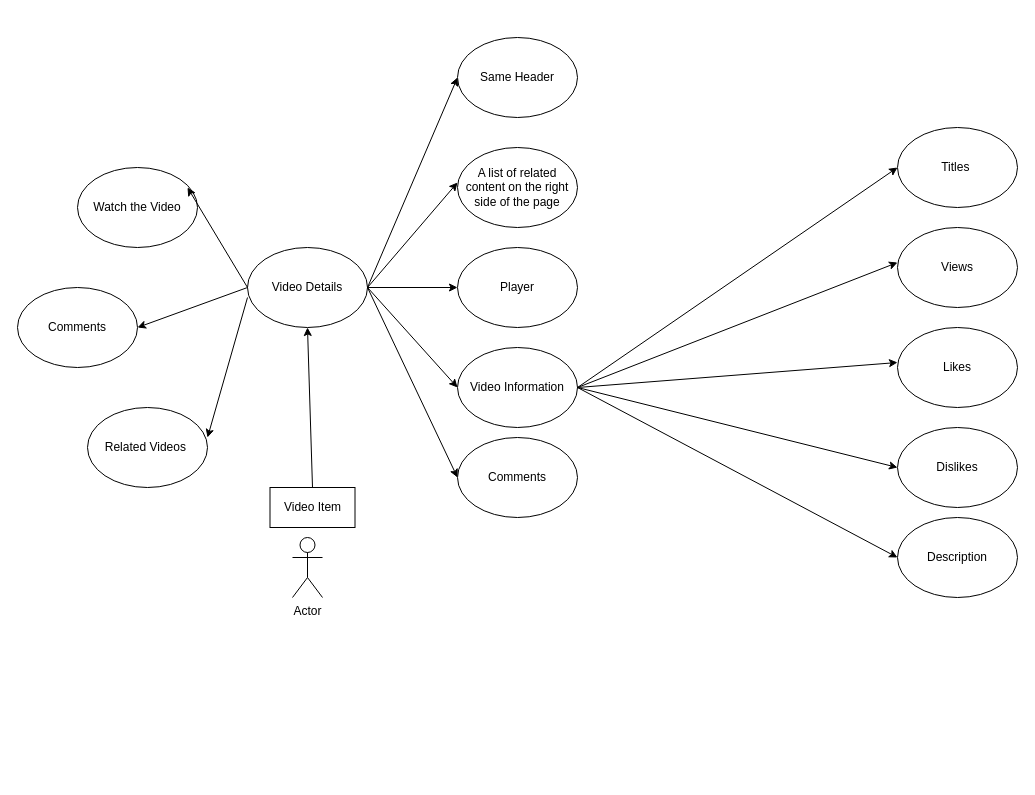
Above: Documentacion/Untitled Diagram.drawio in CarlosOmarVela/Equipo3BootcampSel (draw.io), before the change. Source tidied: cells renumbered, new cells numbered last; positions are measured from the earlier drawing's top-left corner, leaving out a move shared by most shapes. Both pictures are drawn from the tidied source at 100%, with x=0, y=0 at pixel (17, 37).
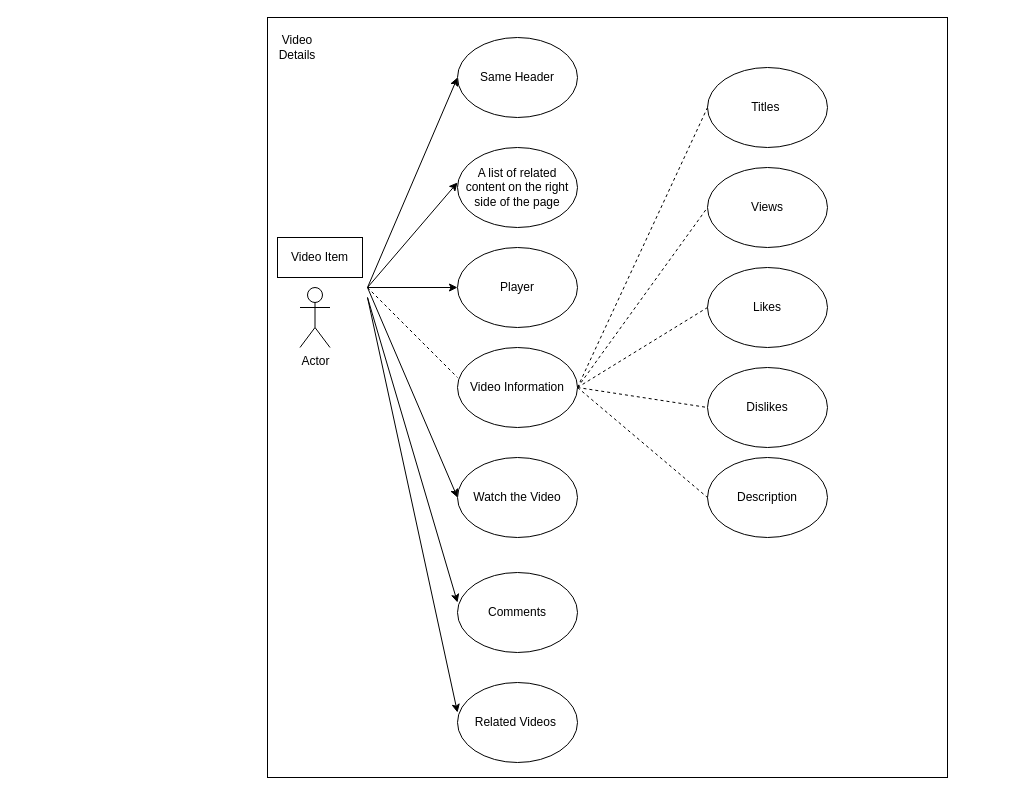
The same page after the edit.

Commit message:
Video Details

Unchanged cells that the change refers to:
```xml
<mxCell id="3" value="Video Information" style="ellipse;whiteSpace=wrap;html=1;" parent="1" vertex="1">
  <mxGeometry x="440" y="310" width="120" height="80" as="geometry" />
</mxCell>
```

Diff of the diagram source:
```diff
@@
-    <mxCell id="2" value="Comments" style="ellipse;whiteSpace=wrap;html=1;" parent="1" vertex="1">
-      <mxGeometry x="440" y="400" width="120" height="80" as="geometry" />
-    </mxCell>
+    <mxCell id="32" style="rounded=0;whiteSpace=wrap;html=1;" parent="1" vertex="1">
+      <mxGeometry x="250" y="-20" width="680" height="760" as="geometry" />
+    </mxCell>
@@
     <mxCell id="7" value="Titles&amp;nbsp;" style="ellipse;whiteSpace=wrap;html=1;" parent="1" vertex="1">
-      <mxGeometry x="880" y="90" width="120" height="80" as="geometry" />
+      <mxGeometry x="690" y="30" width="120" height="80" as="geometry" />
     </mxCell>
     <mxCell id="8" value="Views" style="ellipse;whiteSpace=wrap;html=1;" parent="1" vertex="1">
-      <mxGeometry x="880" y="190" width="120" height="80" as="geometry" />
+      <mxGeometry x="690" y="130" width="120" height="80" as="geometry" />
     </mxCell>
     <mxCell id="9" value="Description" style="ellipse;whiteSpace=wrap;html=1;" parent="1" vertex="1">
-      <mxGeometry x="880" y="480" width="120" height="80" as="geometry" />
+      <mxGeometry x="690" y="420" width="120" height="80" as="geometry" />
     </mxCell>
     <mxCell id="10" value="Dislikes" style="ellipse;whiteSpace=wrap;html=1;" parent="1" vertex="1">
-      <mxGeometry x="880" y="390" width="120" height="80" as="geometry" />
+      <mxGeometry x="690" y="330" width="120" height="80" as="geometry" />
     </mxCell>
     <mxCell id="11" value="Likes" style="ellipse;whiteSpace=wrap;html=1;" parent="1" vertex="1">
-      <mxGeometry x="880" y="290" width="120" height="80" as="geometry" />
+      <mxGeometry x="690" y="230" width="120" height="80" as="geometry" />
     </mxCell>
-    <mxCell id="12" style="endArrow=classic;html=1;exitX=1;exitY=0.5;exitDx=0;exitDy=0;" parent="1" edge="1" source="3">
-      <mxGeometry relative="1" as="geometry">
-        <mxPoint x="880" y="130" as="targetPoint" />
-      </mxGeometry>
-    </mxCell>
-    <mxCell id="13" style="endArrow=classic;html=1;" parent="1" edge="1">
-      <mxGeometry relative="1" as="geometry">
-        <mxPoint x="560" y="350" as="sourcePoint" />
-        <mxPoint x="880" y="225" as="targetPoint" />
-      </mxGeometry>
-    </mxCell>
-    <mxCell id="14" style="endArrow=classic;html=1;exitX=1;exitY=0.5;exitDx=0;exitDy=0;" parent="1" edge="1" source="3">
-      <mxGeometry relative="1" as="geometry">
-        <mxPoint x="880" y="325" as="targetPoint" />
-      </mxGeometry>
-    </mxCell>
-    <mxCell id="15" style="endArrow=classic;html=1;exitX=1;exitY=0.5;exitDx=0;exitDy=0;" parent="1" edge="1" source="3">
-      <mxGeometry relative="1" as="geometry">
-        <mxPoint x="880" y="430" as="targetPoint" />
-      </mxGeometry>
-    </mxCell>
-    <mxCell id="16" style="endArrow=classic;html=1;" parent="1" edge="1">
-      <mxGeometry relative="1" as="geometry">
-        <mxPoint x="560" y="350" as="sourcePoint" />
-        <mxPoint x="880" y="520" as="targetPoint" />
-      </mxGeometry>
-    </mxCell>
-    <mxCell id="17" value="Video Details" style="ellipse;whiteSpace=wrap;html=1;" parent="1" vertex="1">
-      <mxGeometry x="230" y="210" width="120" height="80" as="geometry" />
-    </mxCell>
     <mxCell id="18" value="Watch the Video" style="ellipse;whiteSpace=wrap;html=1;" parent="1" vertex="1">
-      <mxGeometry x="60" y="130" width="120" height="80" as="geometry" />
+      <mxGeometry x="440" y="420" width="120" height="80" as="geometry" />
     </mxCell>
     <mxCell id="19" value="Comments" style="ellipse;whiteSpace=wrap;html=1;" parent="1" vertex="1">
-      <mxGeometry y="250" width="120" height="80" as="geometry" />
+      <mxGeometry x="440" y="535" width="120" height="80" as="geometry" />
     </mxCell>
     <mxCell id="20" value="Related Videos&amp;nbsp;" style="ellipse;whiteSpace=wrap;html=1;" parent="1" vertex="1">
-      <mxGeometry x="70" y="370" width="120" height="80" as="geometry" />
+      <mxGeometry x="440" y="645" width="120" height="80" as="geometry" />
     </mxCell>
-    <mxCell id="21" style="endArrow=classic;html=1;exitX=1;exitY=0.5;exitDx=0;exitDy=0;" parent="1" edge="1" source="17">
+    <mxCell id="21" style="endArrow=classic;html=1;exitX=1;exitY=0.5;exitDx=0;exitDy=0;" parent="1" edge="1">
       <mxGeometry relative="1" as="geometry">
+        <mxPoint x="350" y="250" as="sourcePoint" />
         <mxPoint x="440" y="40" as="targetPoint" />
       </mxGeometry>
     </mxCell>
-    <mxCell id="22" style="endArrow=classic;html=1;" parent="1" edge="1">
-      <mxGeometry relative="1" as="geometry">
-        <mxPoint x="350" y="250" as="sourcePoint" />
-        <mxPoint x="440" y="440" as="targetPoint" />
-      </mxGeometry>
-    </mxCell>
-    <mxCell id="23" style="endArrow=classic;html=1;exitX=1;exitY=0.5;exitDx=0;exitDy=0;" parent="1" edge="1" source="17">
-      <mxGeometry relative="1" as="geometry">
-        <mxPoint x="440" y="350" as="targetPoint" />
-      </mxGeometry>
-    </mxCell>
-    <mxCell id="24" style="endArrow=classic;html=1;exitX=1;exitY=0.5;exitDx=0;exitDy=0;" parent="1" edge="1" source="17">
+    <mxCell id="24" style="endArrow=classic;html=1;exitX=1;exitY=0.5;exitDx=0;exitDy=0;" parent="1" edge="1">
       <mxGeometry relative="1" as="geometry">
+        <mxPoint x="350" y="250" as="sourcePoint" />
         <mxPoint x="440" y="250" as="targetPoint" />
       </mxGeometry>
     </mxCell>
@@
-    <mxCell id="26" style="endArrow=classic;html=1;exitX=0;exitY=0.5;exitDx=0;exitDy=0;" parent="1" edge="1" source="17">
-      <mxGeometry relative="1" as="geometry">
-        <mxPoint x="120" y="290" as="targetPoint" />
-      </mxGeometry>
-    </mxCell>
-    <mxCell id="27" style="endArrow=classic;html=1;exitX=0;exitY=0.625;exitDx=0;exitDy=0;exitPerimeter=0;" parent="1" edge="1" source="17">
-      <mxGeometry relative="1" as="geometry">
-        <mxPoint x="190" y="400" as="targetPoint" />
-      </mxGeometry>
-    </mxCell>
-    <mxCell id="28" style="endArrow=classic;html=1;exitX=0;exitY=0.5;exitDx=0;exitDy=0;" parent="1" edge="1" source="17">
-      <mxGeometry relative="1" as="geometry">
-        <mxPoint x="170" y="150" as="targetPoint" />
-      </mxGeometry>
-    </mxCell>
     <mxCell id="29" value="Actor" style="shape=umlActor;verticalLabelPosition=bottom;verticalAlign=top;html=1;" parent="1" vertex="1">
-      <mxGeometry x="275" y="500" width="30" height="60" as="geometry" />
+      <mxGeometry x="282.5" y="250" width="30" height="60" as="geometry" />
     </mxCell>
     <mxCell id="30" value="Video Item" style="rounded=0;whiteSpace=wrap;html=1;" parent="1" vertex="1">
-      <mxGeometry x="252.5" y="450" width="85" height="40" as="geometry" />
+      <mxGeometry x="260" y="200" width="85" height="40" as="geometry" />
     </mxCell>
-    <mxCell id="31" style="endArrow=classic;html=1;exitX=0.5;exitY=0;exitDx=0;exitDy=0;" parent="1" edge="1" source="30">
-      <mxGeometry relative="1" as="geometry">
-        <mxPoint x="290" y="290" as="targetPoint" />
-      </mxGeometry>
-    </mxCell>
+    <mxCell id="33" style="endArrow=none;dashed=1;html=1;" parent="1" edge="1">
+      <mxGeometry relative="1" as="geometry">
+        <mxPoint x="560" y="350" as="sourcePoint" />
+        <mxPoint x="690" y="70" as="targetPoint" />
+      </mxGeometry>
+    </mxCell>
+    <mxCell id="34" style="endArrow=none;dashed=1;html=1;" parent="1" edge="1">
+      <mxGeometry relative="1" as="geometry">
+        <mxPoint x="560" y="350" as="sourcePoint" />
+        <mxPoint x="690" y="170" as="targetPoint" />
+      </mxGeometry>
+    </mxCell>
+    <mxCell id="35" style="endArrow=none;dashed=1;html=1;" parent="1" edge="1">
+      <mxGeometry relative="1" as="geometry">
+        <mxPoint x="560" y="350" as="sourcePoint" />
+        <mxPoint x="690" y="270" as="targetPoint" />
+      </mxGeometry>
+    </mxCell>
+    <mxCell id="36" style="endArrow=none;dashed=1;html=1;" parent="1" edge="1">
+      <mxGeometry relative="1" as="geometry">
+        <mxPoint x="560" y="350" as="sourcePoint" />
+        <mxPoint x="690" y="370" as="targetPoint" />
+      </mxGeometry>
+    </mxCell>
+    <mxCell id="37" style="endArrow=none;dashed=1;html=1;" parent="1" edge="1">
+      <mxGeometry relative="1" as="geometry">
+        <mxPoint x="560" y="350" as="sourcePoint" />
+        <mxPoint x="690" y="460" as="targetPoint" />
+      </mxGeometry>
+    </mxCell>
+    <mxCell id="38" style="endArrow=classic;html=1;" parent="1" edge="1">
+      <mxGeometry relative="1" as="geometry">
+        <mxPoint x="350" y="260" as="sourcePoint" />
+        <mxPoint x="440" y="675" as="targetPoint" />
+      </mxGeometry>
+    </mxCell>
+    <mxCell id="39" style="endArrow=classic;html=1;" parent="1" edge="1">
+      <mxGeometry relative="1" as="geometry">
+        <mxPoint x="350" y="260" as="sourcePoint" />
+        <mxPoint x="440" y="565" as="targetPoint" />
+      </mxGeometry>
+    </mxCell>
+    <mxCell id="40" style="endArrow=classic;html=1;exitX=1;exitY=0.5;exitDx=0;exitDy=0;" parent="1" edge="1">
+      <mxGeometry relative="1" as="geometry">
+        <mxPoint x="350" y="250" as="sourcePoint" />
+        <mxPoint x="440" y="460" as="targetPoint" />
+      </mxGeometry>
+    </mxCell>
+    <mxCell id="41" style="endArrow=none;dashed=1;html=1;" parent="1" edge="1">
+      <mxGeometry relative="1" as="geometry">
+        <mxPoint x="350" y="250" as="sourcePoint" />
+        <mxPoint x="440" y="340" as="targetPoint" />
+      </mxGeometry>
+    </mxCell>
+    <mxCell id="17" value="Video Details" style="text;html=1;strokeColor=none;fillColor=none;align=center;verticalAlign=middle;whiteSpace=wrap;rounded=0;" parent="1" vertex="1">
+      <mxGeometry x="260" width="40" height="20" as="geometry" />
+    </mxCell>
```
